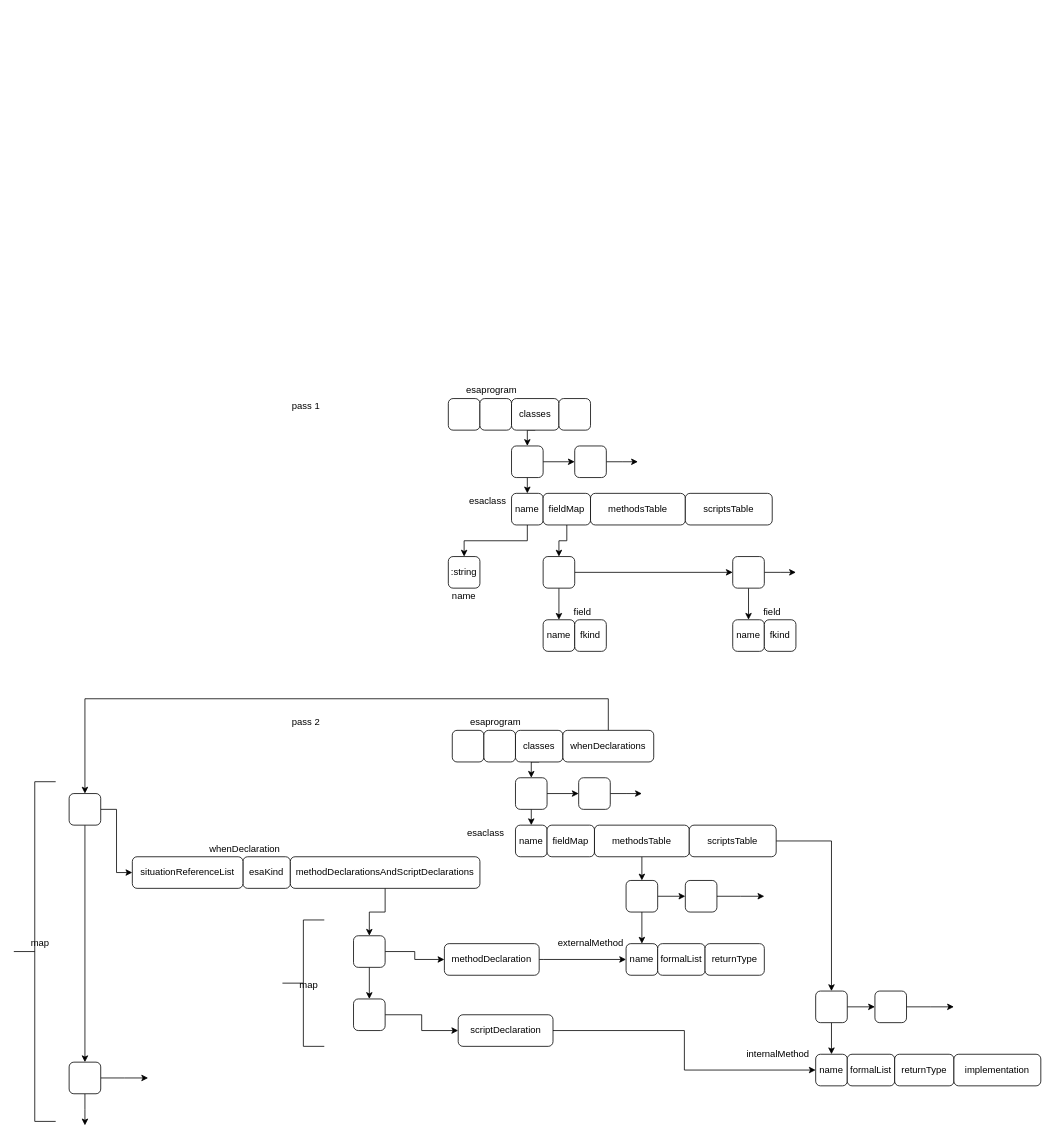
bmfbp/bmfbp keeps this draw.io diagram as build_process/esa-transpiler/exprtypes.drawio. Above is the earlier version. Source tidied: cells renumbered, new cells numbered last; positions are measured from the earlier drawing's top-left corner, leaving out a move shared by most shapes. Both pictures are drawn from the tidied source at 79%, with x=0, y=0 at pixel (13, 382).
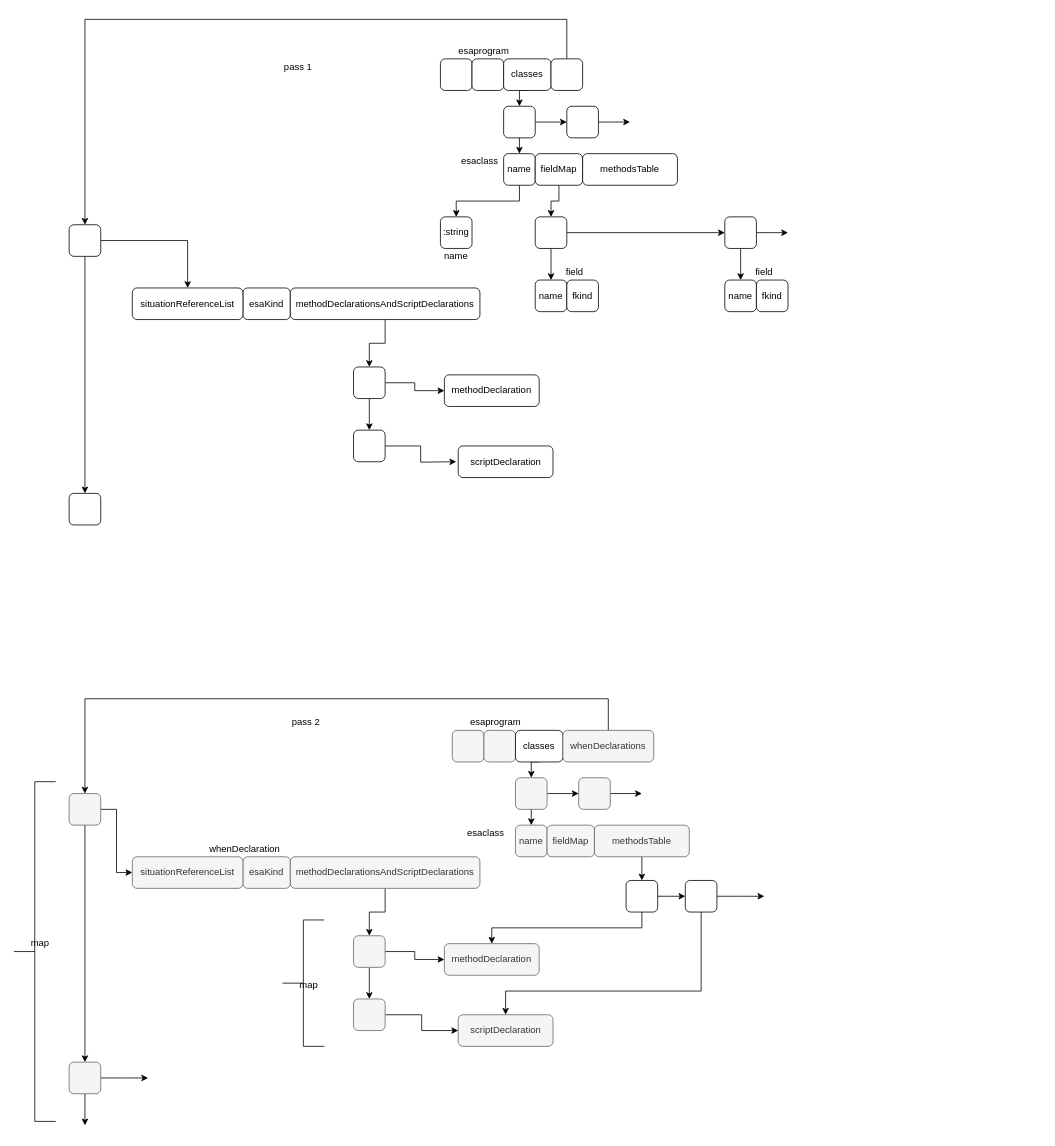
The same diagram, later.

Commit message (it also covers changes not shown here):
remove scriptsTable - everything goes into methodsTabl

The change refers to these unchanged cells:
```xml
<mxCell id="61" style="rounded=1;whiteSpace=wrap;html=1;" parent="1" vertex="1">
  <mxGeometry x="775" y="630" width="40" height="40" as="geometry" />
</mxCell>
<mxCell id="63" style="rounded=1;whiteSpace=wrap;html=1;" parent="1" vertex="1">
  <mxGeometry x="850" y="630" width="40" height="40" as="geometry" />
</mxCell>
```

Diff of the diagram source:
```diff
@@
     <mxCell id="2" style="rounded=1;whiteSpace=wrap;html=1;" parent="1" vertex="1">
-      <mxGeometry x="550" y="20" width="40" height="40" as="geometry" />
+      <mxGeometry x="540" y="-410" width="40" height="40" as="geometry" />
     </mxCell>
     <mxCell id="3" style="rounded=1;whiteSpace=wrap;html=1;" parent="1" vertex="1">
-      <mxGeometry x="590" y="20" width="40" height="40" as="geometry" />
+      <mxGeometry x="580" y="-410" width="40" height="40" as="geometry" />
     </mxCell>
@@
     <mxCell id="5" value="classes" style="rounded=1;whiteSpace=wrap;html=1;" parent="1" vertex="1">
-      <mxGeometry x="630" y="20" width="60" height="40" as="geometry" />
+      <mxGeometry x="620" y="-410" width="60" height="40" as="geometry" />
     </mxCell>
+    <mxCell id="98" style="edgeStyle=orthogonalEdgeStyle;rounded=0;jettySize=auto;html=1;exitX=0.5;exitY=0;exitDx=0;exitDy=0;entryX=0.5;entryY=0;entryDx=0;entryDy=0;" parent="1" edge="1" source="6" target="103">
+      <mxGeometry relative="1" as="geometry">
+        <Array as="points">
+          <mxPoint x="700" y="-460" />
+          <mxPoint x="90" y="-460" />
+        </Array>
+      </mxGeometry>
+    </mxCell>
     <mxCell id="6" style="rounded=1;whiteSpace=wrap;html=1;" parent="1" vertex="1">
-      <mxGeometry x="690" y="20" width="40" height="40" as="geometry" />
+      <mxGeometry x="680" y="-410" width="40" height="40" as="geometry" />
     </mxCell>
     <mxCell id="7" value="esaprogram" style="text;html=1;strokeColor=none;fillColor=none;align=center;verticalAlign=middle;whiteSpace=wrap;rounded=0;" parent="1" vertex="1">
-      <mxGeometry x="550" width="110" height="20" as="geometry" />
+      <mxGeometry x="540" y="-430" width="110" height="20" as="geometry" />
     </mxCell>
@@
     <mxCell id="9" value="name" style="rounded=1;whiteSpace=wrap;html=1;" parent="1" vertex="1">
-      <mxGeometry x="630" y="140" width="40" height="40" as="geometry" />
+      <mxGeometry x="620" y="-290" width="40" height="40" as="geometry" />
     </mxCell>
@@
     <mxCell id="11" value="fieldMap" style="rounded=1;whiteSpace=wrap;html=1;" parent="1" vertex="1">
-      <mxGeometry x="670" y="140" width="60" height="40" as="geometry" />
+      <mxGeometry x="660" y="-290" width="60" height="40" as="geometry" />
     </mxCell>
     <mxCell id="12" value="esaclass" style="text;html=1;strokeColor=none;fillColor=none;align=center;verticalAlign=middle;whiteSpace=wrap;rounded=0;" parent="1" vertex="1">
-      <mxGeometry x="570" y="140" width="60" height="20" as="geometry" />
+      <mxGeometry x="560" y="-290" width="60" height="20" as="geometry" />
     </mxCell>
     <mxCell id="13" value=":string" style="rounded=1;whiteSpace=wrap;html=1;" parent="1" vertex="1">
-      <mxGeometry x="550" y="220" width="40" height="40" as="geometry" />
+      <mxGeometry x="540" y="-210" width="40" height="40" as="geometry" />
     </mxCell>
     <mxCell id="14" value="name" style="text;html=1;strokeColor=none;fillColor=none;align=center;verticalAlign=middle;whiteSpace=wrap;rounded=0;" parent="1" vertex="1">
-      <mxGeometry x="550" y="260" width="40" height="20" as="geometry" />
+      <mxGeometry x="540" y="-170" width="40" height="20" as="geometry" />
     </mxCell>
@@
     <mxCell id="17" style="rounded=1;whiteSpace=wrap;html=1;" parent="1" vertex="1">
-      <mxGeometry x="670" y="220" width="40" height="40" as="geometry" />
+      <mxGeometry x="660" y="-210" width="40" height="40" as="geometry" />
     </mxCell>
     <mxCell id="18" value="name" style="rounded=1;whiteSpace=wrap;html=1;" parent="1" vertex="1">
-      <mxGeometry x="670" y="300" width="40" height="40" as="geometry" />
+      <mxGeometry x="660" y="-130" width="40" height="40" as="geometry" />
     </mxCell>
     <mxCell id="19" value="fkind" style="rounded=1;whiteSpace=wrap;html=1;" parent="1" vertex="1">
-      <mxGeometry x="710" y="300" width="40" height="40" as="geometry" />
+      <mxGeometry x="700" y="-130" width="40" height="40" as="geometry" />
     </mxCell>
@@
     <mxCell id="21" style="edgeStyle=orthogonalEdgeStyle;rounded=0;jettySize=auto;html=1;exitX=1;exitY=0.5;exitDx=0;exitDy=0;" parent="1" edge="1" source="22">
       <mxGeometry relative="1" as="geometry">
-        <mxPoint x="990" y="240" as="targetPoint" />
+        <mxPoint x="980" y="-190" as="targetPoint" />
       </mxGeometry>
     </mxCell>
     <mxCell id="22" style="rounded=1;whiteSpace=wrap;html=1;" parent="1" vertex="1">
-      <mxGeometry x="910" y="220" width="40" height="40" as="geometry" />
+      <mxGeometry x="900" y="-210" width="40" height="40" as="geometry" />
     </mxCell>
     <mxCell id="23" value="field" style="text;html=1;strokeColor=none;fillColor=none;align=center;verticalAlign=middle;whiteSpace=wrap;rounded=0;" parent="1" vertex="1">
-      <mxGeometry x="700" y="280" width="40" height="20" as="geometry" />
+      <mxGeometry x="690" y="-150" width="40" height="20" as="geometry" />
     </mxCell>
     <mxCell id="24" value="name" style="rounded=1;whiteSpace=wrap;html=1;" parent="1" vertex="1">
-      <mxGeometry x="910" y="300" width="40" height="40" as="geometry" />
+      <mxGeometry x="900" y="-130" width="40" height="40" as="geometry" />
     </mxCell>
     <mxCell id="25" value="fkind" style="rounded=1;whiteSpace=wrap;html=1;" parent="1" vertex="1">
-      <mxGeometry x="950" y="300" width="40" height="40" as="geometry" />
+      <mxGeometry x="940" y="-130" width="40" height="40" as="geometry" />
     </mxCell>
     <mxCell id="26" value="field" style="text;html=1;strokeColor=none;fillColor=none;align=center;verticalAlign=middle;whiteSpace=wrap;rounded=0;" parent="1" vertex="1">
-      <mxGeometry x="940" y="280" width="40" height="20" as="geometry" />
+      <mxGeometry x="930" y="-150" width="40" height="20" as="geometry" />
     </mxCell>
     <mxCell id="27" value="methodsTable" style="rounded=1;whiteSpace=wrap;html=1;" parent="1" vertex="1">
-      <mxGeometry x="730" y="140" width="120" height="40" as="geometry" />
+      <mxGeometry x="720" y="-290" width="120" height="40" as="geometry" />
     </mxCell>
-    <mxCell id="28" value="scriptsTable" style="rounded=1;whiteSpace=wrap;html=1;" parent="1" vertex="1">
-      <mxGeometry x="850" y="140" width="110" height="40" as="geometry" />
-    </mxCell>
@@
     <mxCell id="31" style="rounded=1;whiteSpace=wrap;html=1;" parent="1" vertex="1">
-      <mxGeometry x="630" y="80" width="40" height="40" as="geometry" />
+      <mxGeometry x="620" y="-350" width="40" height="40" as="geometry" />
     </mxCell>
     <mxCell id="32" style="edgeStyle=orthogonalEdgeStyle;rounded=0;jettySize=auto;html=1;exitX=1;exitY=0.5;exitDx=0;exitDy=0;" parent="1" edge="1" source="33">
       <mxGeometry relative="1" as="geometry">
-        <mxPoint x="790" y="100" as="targetPoint" />
+        <mxPoint x="780" y="-330" as="targetPoint" />
       </mxGeometry>
     </mxCell>
     <mxCell id="33" style="rounded=1;whiteSpace=wrap;html=1;" parent="1" vertex="1">
-      <mxGeometry x="710" y="80" width="40" height="40" as="geometry" />
+      <mxGeometry x="700" y="-350" width="40" height="40" as="geometry" />
     </mxCell>
     <mxCell id="34" value="pass 1" style="text;html=1;strokeColor=none;fillColor=none;align=center;verticalAlign=middle;whiteSpace=wrap;rounded=0;" parent="1" vertex="1">
-      <mxGeometry x="350" y="20" width="40" height="20" as="geometry" />
+      <mxGeometry x="340" y="-410" width="40" height="20" as="geometry" />
     </mxCell>
-    <mxCell id="35" style="rounded=1;whiteSpace=wrap;html=1;" parent="1" vertex="1">
+    <mxCell id="35" style="rounded=1;whiteSpace=wrap;html=1;fillColor=#f5f5f5;strokeColor=#666666;fontColor=#333333;" parent="1" vertex="1">
       <mxGeometry x="555" y="440" width="40" height="40" as="geometry" />
     </mxCell>
-    <mxCell id="36" style="rounded=1;whiteSpace=wrap;html=1;" parent="1" vertex="1">
+    <mxCell id="36" style="rounded=1;whiteSpace=wrap;html=1;fillColor=#f5f5f5;strokeColor=#666666;fontColor=#333333;" parent="1" vertex="1">
       <mxGeometry x="595" y="440" width="40" height="40" as="geometry" />
     </mxCell>
@@
-    <mxCell id="40" value="whenDeclarations" style="rounded=1;whiteSpace=wrap;html=1;" parent="1" vertex="1">
+    <mxCell id="40" value="whenDeclarations" style="rounded=1;whiteSpace=wrap;html=1;fillColor=#f5f5f5;strokeColor=#666666;fontColor=#333333;" parent="1" vertex="1">
       <mxGeometry x="695" y="440" width="115" height="40" as="geometry" />
     </mxCell>
@@
-    <mxCell id="42" value="name" style="rounded=1;whiteSpace=wrap;html=1;" parent="1" vertex="1">
+    <mxCell id="42" value="name" style="rounded=1;whiteSpace=wrap;html=1;fillColor=#f5f5f5;strokeColor=#666666;fontColor=#333333;" parent="1" vertex="1">
       <mxGeometry x="635" y="560" width="40" height="40" as="geometry" />
     </mxCell>
-    <mxCell id="43" value="fieldMap" style="rounded=1;whiteSpace=wrap;html=1;" parent="1" vertex="1">
+    <mxCell id="43" value="fieldMap" style="rounded=1;whiteSpace=wrap;html=1;fillColor=#f5f5f5;strokeColor=#666666;fontColor=#333333;" parent="1" vertex="1">
       <mxGeometry x="675" y="560" width="60" height="40" as="geometry" />
     </mxCell>
@@
-    <mxCell id="46" value="methodsTable" style="rounded=1;whiteSpace=wrap;html=1;" parent="1" vertex="1">
+    <mxCell id="46" value="methodsTable" style="rounded=1;whiteSpace=wrap;html=1;fillColor=#f5f5f5;strokeColor=#666666;fontColor=#333333;" parent="1" vertex="1">
       <mxGeometry x="735" y="560" width="120" height="40" as="geometry" />
     </mxCell>
-    <mxCell id="47" style="edgeStyle=orthogonalEdgeStyle;rounded=0;jettySize=auto;html=1;exitX=1;exitY=0.5;exitDx=0;exitDy=0;" parent="1" edge="1" source="48" target="71">
-      <mxGeometry relative="1" as="geometry" />
-    </mxCell>
-    <mxCell id="48" value="scriptsTable" style="rounded=1;whiteSpace=wrap;html=1;" parent="1" vertex="1">
-      <mxGeometry x="855" y="560" width="110" height="40" as="geometry" />
-    </mxCell>
@@
-    <mxCell id="51" style="rounded=1;whiteSpace=wrap;html=1;" parent="1" vertex="1">
+    <mxCell id="51" style="rounded=1;whiteSpace=wrap;html=1;fillColor=#f5f5f5;strokeColor=#666666;fontColor=#333333;" parent="1" vertex="1">
       <mxGeometry x="635" y="500" width="40" height="40" as="geometry" />
     </mxCell>
@@
-    <mxCell id="53" style="rounded=1;whiteSpace=wrap;html=1;" parent="1" vertex="1">
+    <mxCell id="53" style="rounded=1;whiteSpace=wrap;html=1;fillColor=#f5f5f5;strokeColor=#666666;fontColor=#333333;" parent="1" vertex="1">
       <mxGeometry x="715" y="500" width="40" height="40" as="geometry" />
     </mxCell>
@@
-    <mxCell id="55" value="name" style="rounded=1;whiteSpace=wrap;html=1;" parent="1" vertex="1">
-      <mxGeometry x="775" y="710" width="40" height="40" as="geometry" />
-    </mxCell>
-    <mxCell id="56" value="formalList" style="rounded=1;whiteSpace=wrap;html=1;" parent="1" vertex="1">
-      <mxGeometry x="815" y="710" width="60" height="40" as="geometry" />
-    </mxCell>
-    <mxCell id="57" value="externalMethod" style="text;html=1;strokeColor=none;fillColor=none;align=center;verticalAlign=middle;whiteSpace=wrap;rounded=0;" parent="1" vertex="1">
-      <mxGeometry x="682.5" y="700" width="95" height="20" as="geometry" />
-    </mxCell>
-    <mxCell id="58" value="returnType" style="rounded=1;whiteSpace=wrap;html=1;" parent="1" vertex="1">
-      <mxGeometry x="875" y="710" width="75" height="40" as="geometry" />
-    </mxCell>
@@
-    <mxCell id="60" style="edgeStyle=orthogonalEdgeStyle;rounded=0;jettySize=auto;html=1;exitX=0.5;exitY=1;exitDx=0;exitDy=0;entryX=0.5;entryY=0;entryDx=0;entryDy=0;" parent="1" edge="1" source="61" target="55">
-      <mxGeometry relative="1" as="geometry" />
-    </mxCell>
+    <mxCell id="99" style="edgeStyle=orthogonalEdgeStyle;rounded=0;jettySize=auto;html=1;exitX=0.5;exitY=1;exitDx=0;exitDy=0;" parent="1" edge="1" source="61" target="81">
+      <mxGeometry relative="1" as="geometry" />
+    </mxCell>
@@
+    <mxCell id="100" style="edgeStyle=orthogonalEdgeStyle;rounded=0;jettySize=auto;html=1;exitX=0.5;exitY=1;exitDx=0;exitDy=0;entryX=0.5;entryY=0;entryDx=0;entryDy=0;" parent="1" edge="1" source="63" target="83">
+      <mxGeometry relative="1" as="geometry">
+        <Array as="points">
+          <mxPoint x="870" y="770" />
+          <mxPoint x="623" y="770" />
+        </Array>
+      </mxGeometry>
+    </mxCell>
@@
-    <mxCell id="64" value="name" style="rounded=1;whiteSpace=wrap;html=1;" parent="1" vertex="1">
-      <mxGeometry x="1015" y="850" width="40" height="40" as="geometry" />
-    </mxCell>
-    <mxCell id="65" value="formalList" style="rounded=1;whiteSpace=wrap;html=1;" parent="1" vertex="1">
-      <mxGeometry x="1055" y="850" width="60" height="40" as="geometry" />
-    </mxCell>
-    <mxCell id="66" value="internalMethod" style="text;html=1;strokeColor=none;fillColor=none;align=center;verticalAlign=middle;whiteSpace=wrap;rounded=0;" parent="1" vertex="1">
-      <mxGeometry x="920" y="840" width="95" height="20" as="geometry" />
-    </mxCell>
-    <mxCell id="67" value="returnType" style="rounded=1;whiteSpace=wrap;html=1;" parent="1" vertex="1">
-      <mxGeometry x="1115" y="850" width="75" height="40" as="geometry" />
-    </mxCell>
-    <mxCell id="68" value="implementation" style="rounded=1;whiteSpace=wrap;html=1;" parent="1" vertex="1">
-      <mxGeometry x="1190" y="850" width="110" height="40" as="geometry" />
-    </mxCell>
-    <mxCell id="69" style="edgeStyle=orthogonalEdgeStyle;rounded=0;jettySize=auto;html=1;exitX=1;exitY=0.5;exitDx=0;exitDy=0;entryX=0;entryY=0.5;entryDx=0;entryDy=0;" parent="1" edge="1" source="71" target="73">
-      <mxGeometry relative="1" as="geometry" />
-    </mxCell>
-    <mxCell id="70" style="edgeStyle=orthogonalEdgeStyle;rounded=0;jettySize=auto;html=1;exitX=0.5;exitY=1;exitDx=0;exitDy=0;entryX=0.5;entryY=0;entryDx=0;entryDy=0;" parent="1" edge="1" source="71" target="64">
-      <mxGeometry relative="1" as="geometry" />
-    </mxCell>
-    <mxCell id="71" style="rounded=1;whiteSpace=wrap;html=1;" parent="1" vertex="1">
-      <mxGeometry x="1015" y="770" width="40" height="40" as="geometry" />
-    </mxCell>
-    <mxCell id="72" style="edgeStyle=orthogonalEdgeStyle;rounded=0;jettySize=auto;html=1;exitX=1;exitY=0.5;exitDx=0;exitDy=0;" parent="1" edge="1" source="73">
-      <mxGeometry relative="1" as="geometry">
-        <mxPoint x="1190" y="790" as="targetPoint" />
-      </mxGeometry>
-    </mxCell>
-    <mxCell id="73" style="rounded=1;whiteSpace=wrap;html=1;" parent="1" vertex="1">
-      <mxGeometry x="1090" y="770" width="40" height="40" as="geometry" />
-    </mxCell>
@@
-    <mxCell id="76" style="rounded=1;whiteSpace=wrap;html=1;" parent="1" vertex="1">
+    <mxCell id="76" style="rounded=1;whiteSpace=wrap;html=1;fillColor=#f5f5f5;strokeColor=#666666;fontColor=#333333;" parent="1" vertex="1">
       <mxGeometry x="70" y="520" width="40" height="40" as="geometry" />
     </mxCell>
@@
-    <mxCell id="79" style="rounded=1;whiteSpace=wrap;html=1;" parent="1" vertex="1">
+    <mxCell id="79" style="rounded=1;whiteSpace=wrap;html=1;fillColor=#f5f5f5;strokeColor=#666666;fontColor=#333333;" parent="1" vertex="1">
       <mxGeometry x="430" y="700" width="40" height="40" as="geometry" />
     </mxCell>
-    <mxCell id="80" style="edgeStyle=orthogonalEdgeStyle;rounded=0;jettySize=auto;html=1;exitX=1;exitY=0.5;exitDx=0;exitDy=0;entryX=0;entryY=0.5;entryDx=0;entryDy=0;" parent="1" edge="1" source="81" target="55">
-      <mxGeometry relative="1" as="geometry">
-        <Array as="points">
-          <mxPoint x="670" y="730" />
-          <mxPoint x="670" y="730" />
-        </Array>
-      </mxGeometry>
-    </mxCell>
-    <mxCell id="81" value="methodDeclaration" style="rounded=1;whiteSpace=wrap;html=1;" parent="1" vertex="1">
+    <mxCell id="81" value="methodDeclaration" style="rounded=1;whiteSpace=wrap;html=1;fillColor=#f5f5f5;strokeColor=#666666;fontColor=#333333;" parent="1" vertex="1">
       <mxGeometry x="545" y="710" width="120" height="40" as="geometry" />
     </mxCell>
-    <mxCell id="82" style="edgeStyle=orthogonalEdgeStyle;rounded=0;jettySize=auto;html=1;exitX=1;exitY=0.5;exitDx=0;exitDy=0;entryX=0;entryY=0.5;entryDx=0;entryDy=0;" parent="1" edge="1" source="83" target="64">
-      <mxGeometry relative="1" as="geometry" />
-    </mxCell>
-    <mxCell id="83" value="scriptDeclaration" style="rounded=1;whiteSpace=wrap;html=1;" parent="1" vertex="1">
+    <mxCell id="83" value="scriptDeclaration" style="rounded=1;whiteSpace=wrap;html=1;fillColor=#f5f5f5;strokeColor=#666666;fontColor=#333333;" parent="1" vertex="1">
       <mxGeometry x="562.5" y="800" width="120" height="40" as="geometry" />
     </mxCell>
@@
-    <mxCell id="85" value="esaKind" style="rounded=1;whiteSpace=wrap;html=1;" parent="1" vertex="1">
+    <mxCell id="85" value="esaKind" style="rounded=1;whiteSpace=wrap;html=1;fillColor=#f5f5f5;strokeColor=#666666;fontColor=#333333;" parent="1" vertex="1">
       <mxGeometry x="290" y="600" width="60" height="40" as="geometry" />
     </mxCell>
-    <mxCell id="86" value="situationReferenceList" style="rounded=1;whiteSpace=wrap;html=1;" parent="1" vertex="1">
+    <mxCell id="86" value="situationReferenceList" style="rounded=1;whiteSpace=wrap;html=1;fillColor=#f5f5f5;strokeColor=#666666;fontColor=#333333;" parent="1" vertex="1">
       <mxGeometry x="150" y="600" width="140" height="40" as="geometry" />
     </mxCell>
@@
-    <mxCell id="88" value="methodDeclarationsAndScriptDeclarations" style="rounded=1;whiteSpace=wrap;html=1;" parent="1" vertex="1">
+    <mxCell id="88" value="methodDeclarationsAndScriptDeclarations" style="rounded=1;whiteSpace=wrap;html=1;fillColor=#f5f5f5;strokeColor=#666666;fontColor=#333333;" parent="1" vertex="1">
       <mxGeometry x="350" y="600" width="240" height="40" as="geometry" />
     </mxCell>
@@
-    <mxCell id="90" style="rounded=1;whiteSpace=wrap;html=1;" parent="1" vertex="1">
+    <mxCell id="90" style="rounded=1;whiteSpace=wrap;html=1;fillColor=#f5f5f5;strokeColor=#666666;fontColor=#333333;" parent="1" vertex="1">
       <mxGeometry x="430" y="780" width="40" height="40" as="geometry" />
     </mxCell>
@@
-    <mxCell id="93" style="rounded=1;whiteSpace=wrap;html=1;" parent="1" vertex="1">
+    <mxCell id="93" style="rounded=1;whiteSpace=wrap;html=1;fillColor=#f5f5f5;strokeColor=#666666;fontColor=#333333;" parent="1" vertex="1">
       <mxGeometry x="70" y="860" width="40" height="40" as="geometry" />
     </mxCell>
@@
+    <mxCell id="101" style="edgeStyle=orthogonalEdgeStyle;rounded=0;jettySize=auto;html=1;exitX=0.5;exitY=1;exitDx=0;exitDy=0;entryX=0.5;entryY=0;entryDx=0;entryDy=0;" parent="1" edge="1" source="103" target="115">
+      <mxGeometry relative="1" as="geometry" />
+    </mxCell>
+    <mxCell id="102" style="edgeStyle=orthogonalEdgeStyle;rounded=0;jettySize=auto;html=1;exitX=1;exitY=0.5;exitDx=0;exitDy=0;" parent="1" edge="1" source="103" target="110">
+      <mxGeometry relative="1" as="geometry" />
+    </mxCell>
+    <mxCell id="103" style="rounded=1;whiteSpace=wrap;html=1;" parent="1" vertex="1">
+      <mxGeometry x="70" y="-200" width="40" height="40" as="geometry" />
+    </mxCell>
+    <mxCell id="104" style="edgeStyle=orthogonalEdgeStyle;rounded=0;jettySize=auto;html=1;exitX=0.5;exitY=1;exitDx=0;exitDy=0;entryX=0.5;entryY=0;entryDx=0;entryDy=0;" parent="1" edge="1" source="106" target="114">
+      <mxGeometry relative="1" as="geometry" />
+    </mxCell>
+    <mxCell id="105" style="edgeStyle=orthogonalEdgeStyle;rounded=0;jettySize=auto;html=1;exitX=1;exitY=0.5;exitDx=0;exitDy=0;entryX=0;entryY=0.5;entryDx=0;entryDy=0;" parent="1" edge="1" source="106" target="107">
+      <mxGeometry relative="1" as="geometry" />
+    </mxCell>
+    <mxCell id="106" style="rounded=1;whiteSpace=wrap;html=1;" parent="1" vertex="1">
+      <mxGeometry x="430" y="-20" width="40" height="40" as="geometry" />
+    </mxCell>
+    <mxCell id="107" value="methodDeclaration" style="rounded=1;whiteSpace=wrap;html=1;" parent="1" vertex="1">
+      <mxGeometry x="545" y="-10" width="120" height="40" as="geometry" />
+    </mxCell>
+    <mxCell id="108" value="scriptDeclaration" style="rounded=1;whiteSpace=wrap;html=1;" parent="1" vertex="1">
+      <mxGeometry x="562.5" y="80" width="120" height="40" as="geometry" />
+    </mxCell>
+    <mxCell id="109" value="esaKind" style="rounded=1;whiteSpace=wrap;html=1;" parent="1" vertex="1">
+      <mxGeometry x="290" y="-120" width="60" height="40" as="geometry" />
+    </mxCell>
+    <mxCell id="110" value="situationReferenceList" style="rounded=1;whiteSpace=wrap;html=1;" parent="1" vertex="1">
+      <mxGeometry x="150" y="-120" width="140" height="40" as="geometry" />
+    </mxCell>
+    <mxCell id="111" style="edgeStyle=orthogonalEdgeStyle;rounded=0;jettySize=auto;html=1;exitX=0.5;exitY=1;exitDx=0;exitDy=0;entryX=0.5;entryY=0;entryDx=0;entryDy=0;" parent="1" edge="1" source="112" target="106">
+      <mxGeometry relative="1" as="geometry" />
+    </mxCell>
+    <mxCell id="112" value="methodDeclarationsAndScriptDeclarations" style="rounded=1;whiteSpace=wrap;html=1;" parent="1" vertex="1">
+      <mxGeometry x="350" y="-120" width="240" height="40" as="geometry" />
+    </mxCell>
+    <mxCell id="113" style="edgeStyle=orthogonalEdgeStyle;rounded=0;jettySize=auto;html=1;exitX=1;exitY=0.5;exitDx=0;exitDy=0;" parent="1" edge="1" source="114">
+      <mxGeometry relative="1" as="geometry">
+        <mxPoint x="560" y="100" as="targetPoint" />
+      </mxGeometry>
+    </mxCell>
+    <mxCell id="114" style="rounded=1;whiteSpace=wrap;html=1;" parent="1" vertex="1">
+      <mxGeometry x="430" y="60" width="40" height="40" as="geometry" />
+    </mxCell>
+    <mxCell id="115" style="rounded=1;whiteSpace=wrap;html=1;" parent="1" vertex="1">
+      <mxGeometry x="70" y="140" width="40" height="40" as="geometry" />
+    </mxCell>
```
